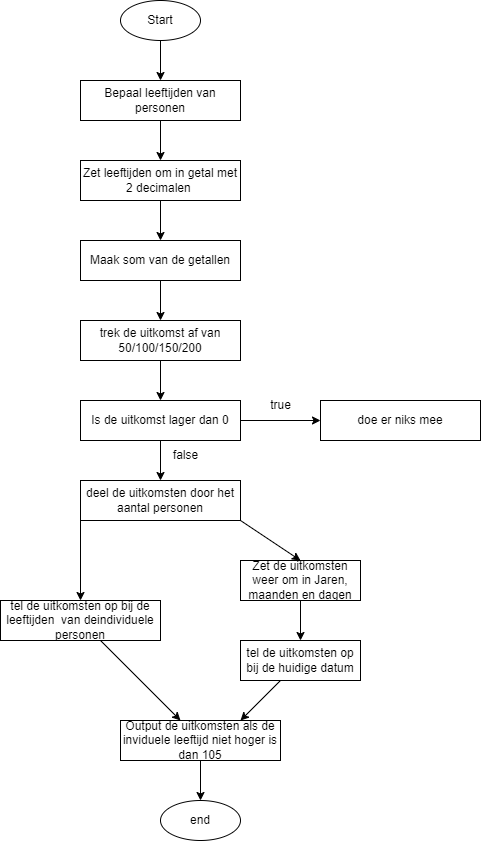
Before: Flowchart calculator/calculator.png, a diagram exported from draw.io (rvdzouw/educom-jubileum-calculator). Source tidied: cells renumbered, new cells last; positions are measured from the earlier drawing's top-left corner, leaving out a move shared by most shapes.
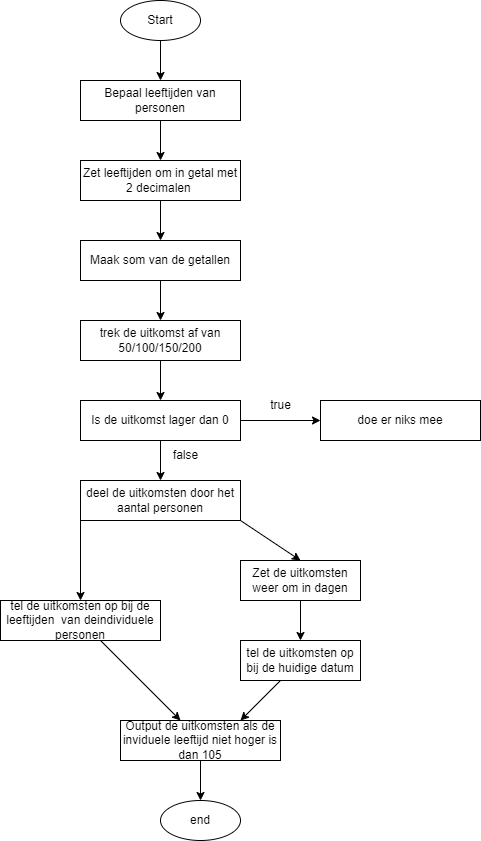
After the change.

Change to the diagram source:
```diff
@@ -76,7 +76,7 @@
         <mxPoint x="300" y="640" as="targetPoint" />
       </mxGeometry>
     </mxCell>
-    <mxCell id="24" value="Zet de uitkomsten weer om in Jaren, maanden en dagen" style="rounded=0;whiteSpace=wrap;html=1;" parent="1" vertex="1">
+    <mxCell id="24" value="Zet de uitkomsten weer om in dagen" style="rounded=0;whiteSpace=wrap;html=1;" parent="1" vertex="1">
       <mxGeometry x="240" y="560" width="120" height="40" as="geometry" />
     </mxCell>
     <mxCell id="25" style="edgeStyle=none;html=1;entryX=0.75;entryY=0;entryDx=0;entryDy=0;" parent="1" edge="1" source="26" target="28">
```
